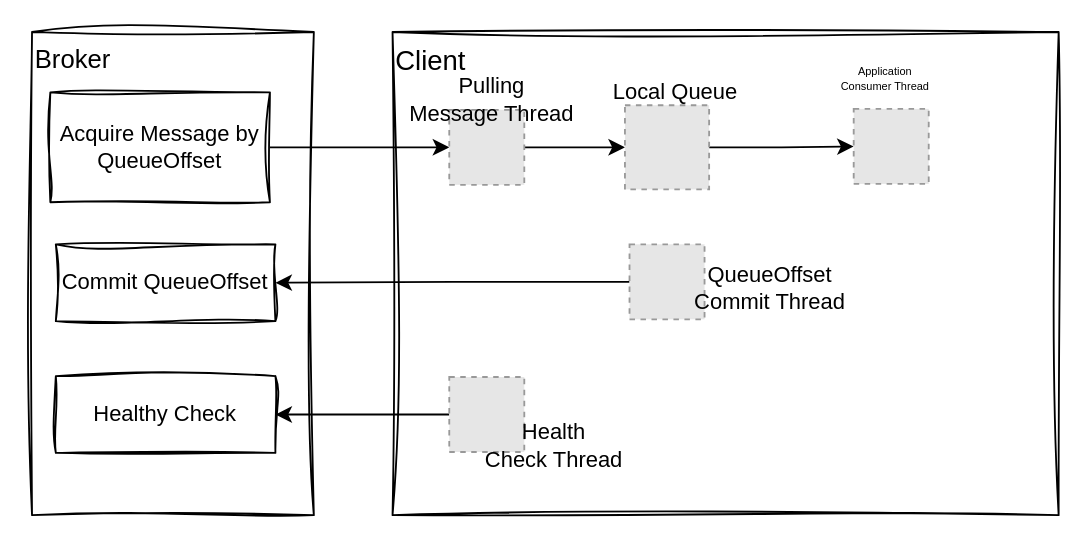
Earlier version of the draw.io diagram document/blueprint/Client.drawio (iambiglee/catmq). Source tidied: cells renumbered, new cells numbered last; positions are measured from the earlier drawing's top-left corner, leaving out a move shared by most shapes. Both pictures are drawn from the tidied source at 183%, with x=0, y=0 at pixel (31, 31). Pictures stored in the file or linked from it are replaced by grey dashed boxes.
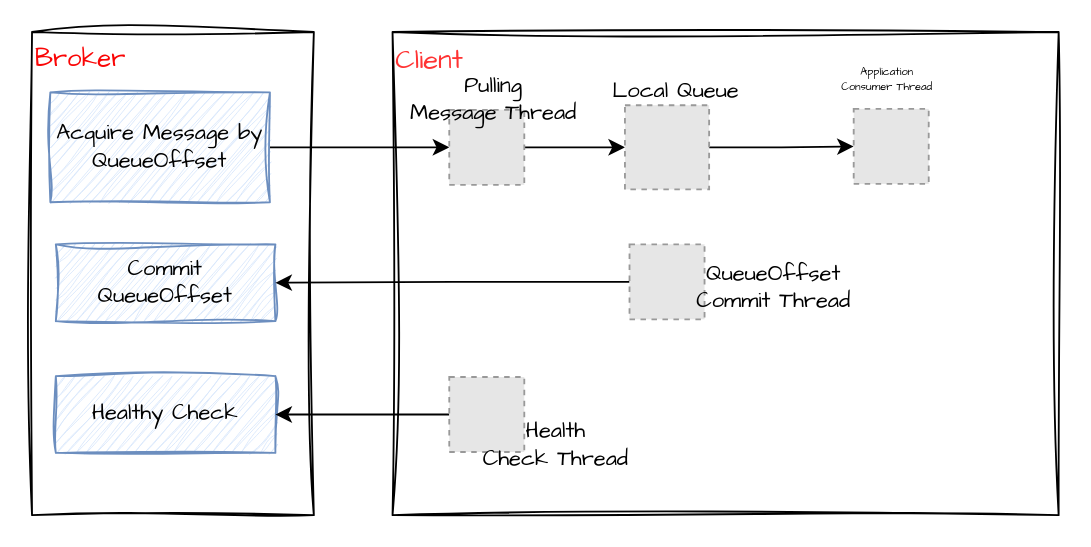
Above is the later version.

Change to the diagram source:
```diff
@@
-    <mxCell id="2" value="&lt;font style=&quot;font-size: 14px;&quot;&gt;Broker&lt;/font&gt;" style="rounded=0;whiteSpace=wrap;html=1;sketch=1;curveFitting=1;jiggle=2;align=left;verticalAlign=top;" parent="1" vertex="1">
+    <mxCell id="2" value="&lt;font color=&quot;#fa0505&quot; style=&quot;font-size: 14px;&quot;&gt;Broker&lt;/font&gt;" style="rounded=0;whiteSpace=wrap;html=1;sketch=1;curveFitting=1;jiggle=2;align=left;verticalAlign=top;fontFamily=Comic Sans MS;" parent="1" vertex="1">
       <mxGeometry width="154" height="264" as="geometry" />
     </mxCell>
-    <mxCell id="3" value="&lt;font style=&quot;font-size: 15px;&quot;&gt;Client&lt;/font&gt;" style="rounded=0;whiteSpace=wrap;html=1;sketch=1;curveFitting=1;jiggle=2;align=left;verticalAlign=top;" parent="1" vertex="1">
+    <mxCell id="3" value="&lt;font color=&quot;#ff3333&quot; style=&quot;font-size: 15px;&quot;&gt;Client&lt;/font&gt;" style="rounded=0;whiteSpace=wrap;html=1;sketch=1;curveFitting=1;jiggle=2;align=left;verticalAlign=top;fontFamily=Comic Sans MS;" parent="1" vertex="1">
       <mxGeometry x="197" width="364" height="264" as="geometry" />
     </mxCell>
-    <mxCell id="4" style="edgeStyle=orthogonalEdgeStyle;rounded=0;jettySize=auto;html=1;exitX=1;exitY=0.5;exitDx=0;exitDy=0;entryX=0;entryY=0.5;entryDx=0;entryDy=0;fontFamily=Helvetica;fontSize=12;fontColor=default;" parent="1" edge="1" source="5" target="9">
+    <mxCell id="4" style="edgeStyle=orthogonalEdgeStyle;rounded=0;jettySize=auto;html=1;exitX=1;exitY=0.5;exitDx=0;exitDy=0;entryX=0;entryY=0.5;entryDx=0;entryDy=0;fontFamily=Comic Sans MS;fontSize=12;fontColor=default;" parent="1" edge="1" source="5" target="9">
       <mxGeometry relative="1" as="geometry" />
     </mxCell>
-    <mxCell id="5" value="Acquire Message by QueueOffset" style="rounded=0;whiteSpace=wrap;html=1;sketch=1;jiggle=2;curveFitting=1;strokeColor=default;fontFamily=Helvetica;fontSize=12;fontColor=default;fillColor=default;" parent="1" vertex="1">
+    <mxCell id="5" value="Acquire Message by QueueOffset" style="rounded=0;whiteSpace=wrap;html=1;sketch=1;jiggle=2;curveFitting=1;strokeColor=#6c8ebf;fontFamily=Comic Sans MS;fontSize=12;fillColor=#dae8fc;" parent="1" vertex="1">
       <mxGeometry x="10" y="33" width="120" height="60" as="geometry" />
     </mxCell>
-    <mxCell id="6" value="Commit QueueOffset" style="rounded=0;whiteSpace=wrap;html=1;sketch=1;jiggle=2;curveFitting=1;strokeColor=default;fontFamily=Helvetica;fontSize=12;fontColor=default;fillColor=default;" parent="1" vertex="1">
+    <mxCell id="6" value="Commit QueueOffset" style="rounded=0;whiteSpace=wrap;html=1;sketch=1;jiggle=2;curveFitting=1;strokeColor=#6c8ebf;fontFamily=Comic Sans MS;fontSize=12;fillColor=#dae8fc;" parent="1" vertex="1">
       <mxGeometry x="13" y="116" width="120" height="42" as="geometry" />
     </mxCell>
-    <mxCell id="7" value="Healthy Check" style="rounded=0;whiteSpace=wrap;html=1;sketch=1;jiggle=2;curveFitting=1;strokeColor=default;fontFamily=Helvetica;fontSize=12;fontColor=default;fillColor=default;" parent="1" vertex="1">
+    <mxCell id="7" value="Healthy Check" style="rounded=0;whiteSpace=wrap;html=1;sketch=1;jiggle=2;curveFitting=1;strokeColor=#6c8ebf;fontFamily=Comic Sans MS;fontSize=12;fillColor=#dae8fc;" parent="1" vertex="1">
       <mxGeometry x="13" y="188" width="120" height="42" as="geometry" />
     </mxCell>
-    <mxCell id="8" style="edgeStyle=orthogonalEdgeStyle;rounded=0;jettySize=auto;html=1;exitX=1;exitY=0.5;exitDx=0;exitDy=0;entryX=0;entryY=0.5;entryDx=0;entryDy=0;fontFamily=Helvetica;fontSize=12;fontColor=default;" parent="1" edge="1" source="9" target="11">
+    <mxCell id="8" style="edgeStyle=orthogonalEdgeStyle;rounded=0;jettySize=auto;html=1;exitX=1;exitY=0.5;exitDx=0;exitDy=0;entryX=0;entryY=0.5;entryDx=0;entryDy=0;fontFamily=Comic Sans MS;fontSize=12;fontColor=default;" parent="1" edge="1" source="9" target="11">
       <mxGeometry relative="1" as="geometry" />
     </mxCell>
-    <mxCell id="9" style="fillColor=#E6E6E6;strokeColor=#999999;dashed=1;html=1;verticalAlign=top;verticalLabelPosition=bottom;labelBackgroundColor=#ffffff;fontFamily=Helvetica;fontSize=12;fontColor=default;" parent="1" vertex="1">
+    <mxCell id="9" style="fillColor=#E6E6E6;strokeColor=#999999;dashed=1;html=1;verticalAlign=top;verticalLabelPosition=bottom;labelBackgroundColor=#ffffff;fontFamily=Comic Sans MS;fontSize=12;fontColor=default;" parent="1" vertex="1">
       <mxGeometry x="228" y="42.5" width="41" height="41" as="geometry" />
     </mxCell>
-    <mxCell id="10" style="edgeStyle=orthogonalEdgeStyle;rounded=0;jettySize=auto;html=1;exitX=1;exitY=0.5;exitDx=0;exitDy=0;entryX=0;entryY=0.5;entryDx=0;entryDy=0;fontFamily=Helvetica;fontSize=12;fontColor=default;" parent="1" edge="1" source="11" target="12">
+    <mxCell id="10" style="edgeStyle=orthogonalEdgeStyle;rounded=0;jettySize=auto;html=1;exitX=1;exitY=0.5;exitDx=0;exitDy=0;entryX=0;entryY=0.5;entryDx=0;entryDy=0;fontFamily=Comic Sans MS;fontSize=12;fontColor=default;" parent="1" edge="1" source="11" target="12">
       <mxGeometry relative="1" as="geometry" />
     </mxCell>
-    <mxCell id="11" style="fillColor=#E6E6E6;strokeColor=#999999;dashed=1;verticalLabelPosition=bottom;labelBackgroundColor=default;verticalAlign=top;" parent="1" vertex="1">
+    <mxCell id="11" style="fillColor=#E6E6E6;strokeColor=#999999;dashed=1;verticalLabelPosition=bottom;labelBackgroundColor=default;verticalAlign=top;fontFamily=Comic Sans MS;" parent="1" vertex="1">
       <mxGeometry x="324" y="40" width="46" height="46" as="geometry" />
     </mxCell>
-    <mxCell id="12" style="fillColor=#E6E6E6;strokeColor=#999999;dashed=1;html=1;verticalAlign=top;verticalLabelPosition=bottom;labelBackgroundColor=#ffffff;fontFamily=Helvetica;fontSize=12;fontColor=default;" parent="1" vertex="1">
+    <mxCell id="12" style="fillColor=#E6E6E6;strokeColor=#999999;dashed=1;html=1;verticalAlign=top;verticalLabelPosition=bottom;labelBackgroundColor=#ffffff;fontFamily=Comic Sans MS;fontSize=12;fontColor=default;" parent="1" vertex="1">
       <mxGeometry x="449" y="42" width="41" height="41" as="geometry" />
     </mxCell>
-    <mxCell id="13" value="&lt;font style=&quot;font-size: 6px;&quot;&gt;Application &lt;br&gt;Consumer Thread&lt;/font&gt;" style="text;html=1;align=center;verticalAlign=middle;strokeColor=none;fillColor=none;fontSize=6;fontFamily=Helvetica;fontColor=default;" parent="1" vertex="1">
-      <mxGeometry x="408" y="5" width="115" height="41" as="geometry" />
+    <mxCell id="13" value="&lt;font style=&quot;font-size: 6px;&quot;&gt;Application &lt;br&gt;Consumer Thread&lt;/font&gt;" style="text;html=1;align=center;verticalAlign=middle;strokeColor=none;fillColor=none;fontSize=6;fontFamily=Comic Sans MS;fontColor=default;" parent="1" vertex="1">
+      <mxGeometry x="409" y="5" width="116" height="41" as="geometry" />
     </mxCell>
-    <mxCell id="14" value="Local Queue&amp;nbsp;" style="text;html=1;align=center;verticalAlign=middle;strokeColor=none;fillColor=none;fontSize=12;fontFamily=Helvetica;fontColor=default;" parent="1" vertex="1">
-      <mxGeometry x="308" y="20" width="89" height="26" as="geometry" />
+    <mxCell id="14" value="Local Queue&amp;nbsp;" style="text;html=1;align=center;verticalAlign=middle;strokeColor=none;fillColor=none;fontSize=12;fontFamily=Comic Sans MS;fontColor=default;" parent="1" vertex="1">
+      <mxGeometry x="309" y="20" width="90" height="26" as="geometry" />
     </mxCell>
-    <mxCell id="15" value="Pulling &lt;br&gt;Message Thread" style="text;html=1;align=center;verticalAlign=middle;strokeColor=none;fillColor=none;fontSize=12;fontFamily=Helvetica;fontColor=default;" parent="1" vertex="1">
-      <mxGeometry x="197" y="16" width="108" height="41" as="geometry" />
+    <mxCell id="15" value="Pulling &lt;br&gt;Message Thread" style="text;html=1;align=center;verticalAlign=middle;strokeColor=none;fillColor=none;fontSize=12;fontFamily=Comic Sans MS;fontColor=default;" parent="1" vertex="1">
+      <mxGeometry x="197" y="16" width="110" height="41" as="geometry" />
     </mxCell>
-    <mxCell id="16" style="edgeStyle=orthogonalEdgeStyle;rounded=0;jettySize=auto;html=1;fontFamily=Helvetica;fontSize=12;fontColor=default;" parent="1" edge="1" source="17" target="6">
+    <mxCell id="16" style="edgeStyle=orthogonalEdgeStyle;rounded=0;jettySize=auto;html=1;fontFamily=Comic Sans MS;fontSize=12;fontColor=default;" parent="1" edge="1" source="17" target="6">
       <mxGeometry relative="1" as="geometry" />
     </mxCell>
-    <mxCell id="17" style="fillColor=#E6E6E6;strokeColor=#999999;dashed=1;html=1;verticalAlign=top;verticalLabelPosition=bottom;labelBackgroundColor=#ffffff;fontFamily=Helvetica;fontSize=12;fontColor=default;" parent="1" vertex="1">
+    <mxCell id="17" style="fillColor=#E6E6E6;strokeColor=#999999;dashed=1;html=1;verticalAlign=top;verticalLabelPosition=bottom;labelBackgroundColor=#ffffff;fontFamily=Comic Sans MS;fontSize=12;fontColor=default;" parent="1" vertex="1">
       <mxGeometry x="326.5" y="116" width="41" height="41" as="geometry" />
     </mxCell>
-    <mxCell id="18" value="QueueOffset &lt;br&gt;Commit Thread" style="text;html=1;align=center;verticalAlign=middle;strokeColor=none;fillColor=none;fontSize=12;fontFamily=Helvetica;fontColor=default;" parent="1" vertex="1">
-      <mxGeometry x="353" y="119" width="100" height="41" as="geometry" />
+    <mxCell id="18" value="QueueOffset &lt;br&gt;Commit Thread" style="text;html=1;align=center;verticalAlign=middle;strokeColor=none;fillColor=none;fontSize=12;fontFamily=Comic Sans MS;fontColor=default;" parent="1" vertex="1">
+      <mxGeometry x="353" y="119" width="103" height="41" as="geometry" />
     </mxCell>
-    <mxCell id="19" style="edgeStyle=orthogonalEdgeStyle;rounded=0;jettySize=auto;html=1;exitX=0;exitY=0.5;exitDx=0;exitDy=0;entryX=1;entryY=0.5;entryDx=0;entryDy=0;fontFamily=Helvetica;fontSize=12;fontColor=default;" parent="1" edge="1" source="20" target="7">
+    <mxCell id="19" style="edgeStyle=orthogonalEdgeStyle;rounded=0;jettySize=auto;html=1;exitX=0;exitY=0.5;exitDx=0;exitDy=0;entryX=1;entryY=0.5;entryDx=0;entryDy=0;fontFamily=Comic Sans MS;fontSize=12;fontColor=default;" parent="1" edge="1" source="20" target="7">
       <mxGeometry relative="1" as="geometry" />
     </mxCell>
-    <mxCell id="20" style="fillColor=#E6E6E6;strokeColor=#999999;dashed=1;html=1;verticalAlign=top;verticalLabelPosition=bottom;labelBackgroundColor=#ffffff;fontFamily=Helvetica;fontSize=12;fontColor=default;" parent="1" vertex="1">
+    <mxCell id="20" style="fillColor=#E6E6E6;strokeColor=#999999;dashed=1;html=1;verticalAlign=top;verticalLabelPosition=bottom;labelBackgroundColor=#ffffff;fontFamily=Comic Sans MS;fontSize=12;fontColor=default;" parent="1" vertex="1">
       <mxGeometry x="228" y="188.5" width="41" height="41" as="geometry" />
     </mxCell>
-    <mxCell id="21" value="Health &lt;br&gt;Check Thread" style="text;html=1;align=center;verticalAlign=middle;strokeColor=none;fillColor=none;fontSize=12;fontFamily=Helvetica;fontColor=default;" parent="1" vertex="1">
-      <mxGeometry x="238" y="205" width="93" height="41" as="geometry" />
+    <mxCell id="21" value="Health &lt;br&gt;Check Thread" style="text;html=1;align=center;verticalAlign=middle;strokeColor=none;fillColor=none;fontSize=12;fontFamily=Comic Sans MS;fontColor=default;" parent="1" vertex="1">
+      <mxGeometry x="238" y="205" width="96" height="41" as="geometry" />
     </mxCell>
```
